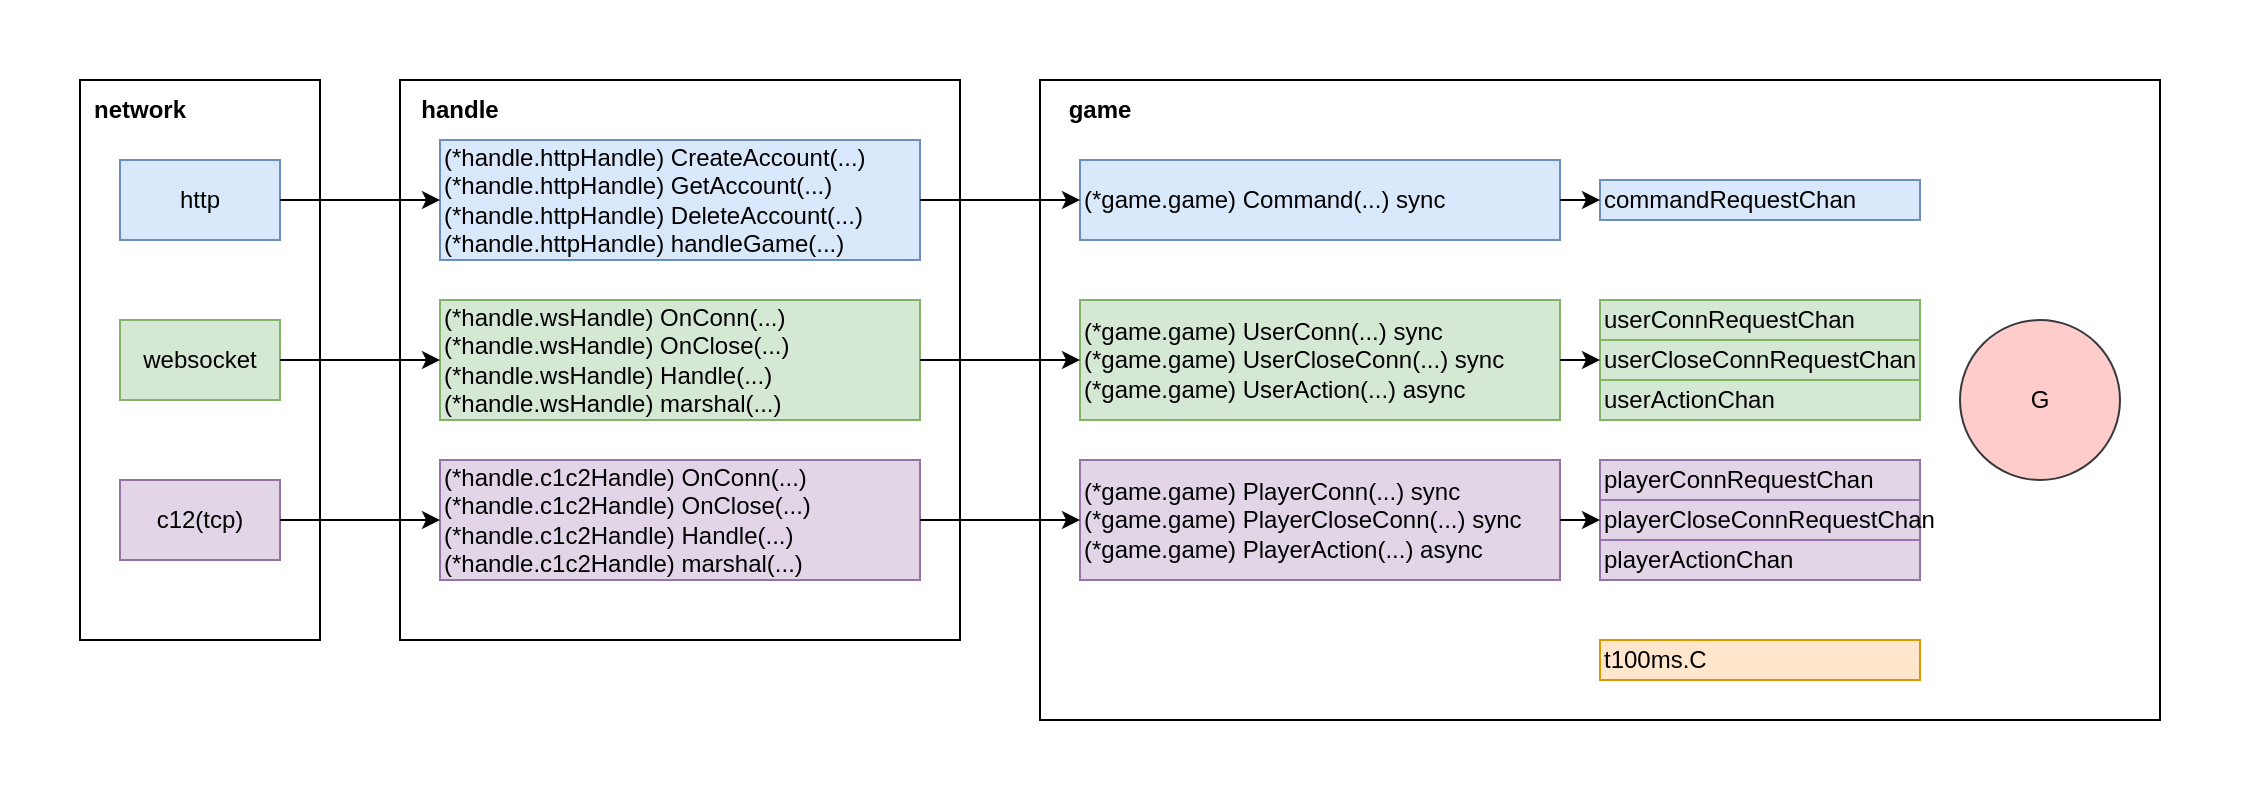
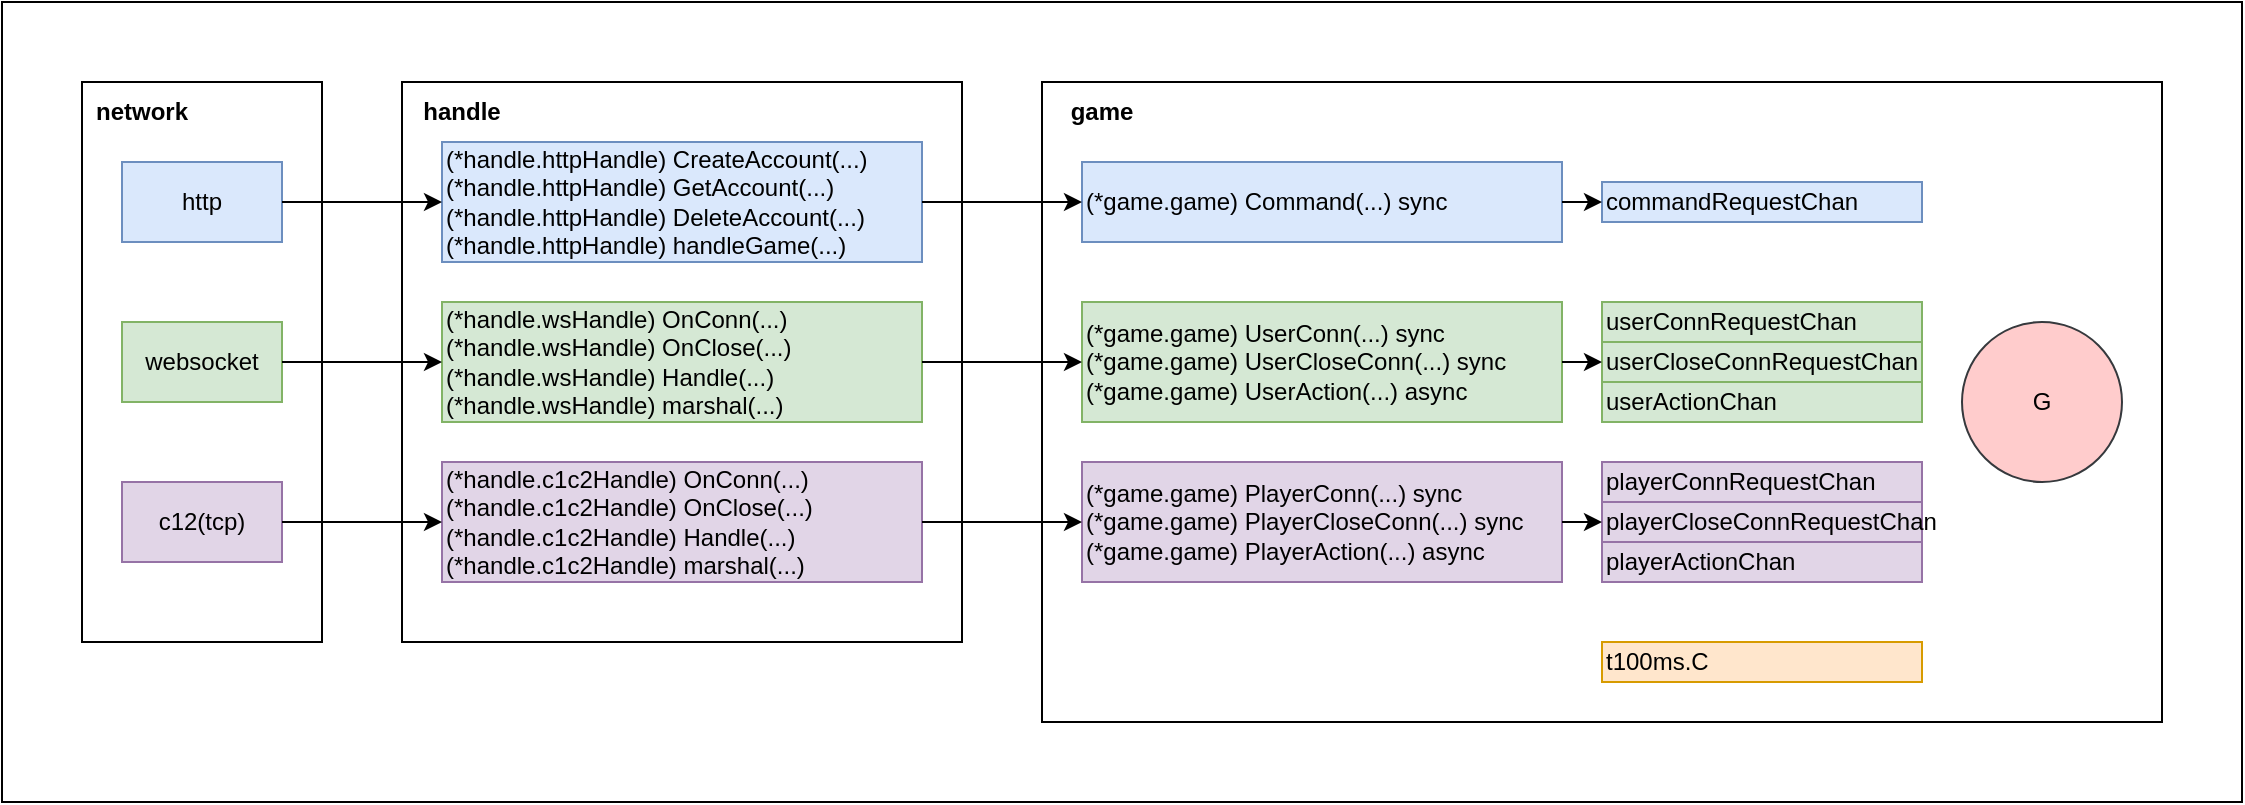
<mxfile host="app.diagrams.net" agent="Mozilla/5.0 (X11; Linux x86_64) AppleWebKit/537.36 (KHTML, like Gecko) Chrome/114.0.0.0 Safari/537.36">
  <diagram name="Page-1" id="6jKJ9kW5HnMQktypH7YM">
-     <mxGraphModel dx="1755" dy="789" grid="1" gridSize="10" guides="1" tooltips="1" connect="1" arrows="1" fold="1" page="1" pageScale="1" pageWidth="1169" pageHeight="827" math="0" shadow="0">
+     <mxGraphModel dx="1168" dy="746" grid="1" gridSize="10" guides="1" tooltips="1" connect="1" arrows="1" fold="1" page="1" pageScale="1" pageWidth="1169" pageHeight="827" math="0" shadow="0">
      <root>
        <mxCell id="0" />
        <mxCell id="1" parent="0" />
-         <mxCell id="1GFjHBw0EiZksIkDQrPH-2" parent="1" style="rounded=0;whiteSpace=wrap;html=1;strokeColor=none;" value="" vertex="1">
+         <mxCell id="1GFjHBw0EiZksIkDQrPH-2" parent="1" style="rounded=0;whiteSpace=wrap;html=1;fillColor=none;" value="" vertex="1">
          <mxGeometry height="400" width="1120" x="25" y="190" as="geometry" />
        </mxCell>
        <mxCell id="1GFjHBw0EiZksIkDQrPH-3" parent="1" style="rounded=0;whiteSpace=wrap;html=1;" value="" vertex="1">
          <mxGeometry height="320" width="560" x="545" y="230" as="geometry" />
        </mxCell>
        <mxCell id="1GFjHBw0EiZksIkDQrPH-4" parent="1" style="rounded=0;whiteSpace=wrap;html=1;" value="" vertex="1">
          <mxGeometry height="280" width="280" x="225" y="230" as="geometry" />
        </mxCell>
        <mxCell id="1GFjHBw0EiZksIkDQrPH-5" parent="1" style="rounded=0;whiteSpace=wrap;html=1;" value="" vertex="1">
          <mxGeometry height="280" width="120" x="65" y="230" as="geometry" />
        </mxCell>
        <mxCell id="1GFjHBw0EiZksIkDQrPH-6" parent="1" style="rounded=0;whiteSpace=wrap;html=1;fillColor=#dae8fc;strokeColor=#6c8ebf;" value="http" vertex="1">
          <mxGeometry height="40" width="80" x="85" y="270" as="geometry" />
        </mxCell>
        <mxCell id="1GFjHBw0EiZksIkDQrPH-7" parent="1" style="rounded=0;whiteSpace=wrap;html=1;fillColor=#d5e8d4;strokeColor=#82b366;" value="websocket" vertex="1">
          <mxGeometry height="40" width="80" x="85" y="350" as="geometry" />
        </mxCell>
        <mxCell id="1GFjHBw0EiZksIkDQrPH-8" parent="1" style="rounded=0;whiteSpace=wrap;html=1;fillColor=#e1d5e7;strokeColor=#9673a6;" value="c12(tcp)" vertex="1">
          <mxGeometry height="40" width="80" x="85" y="430" as="geometry" />
        </mxCell>
        <mxCell id="1GFjHBw0EiZksIkDQrPH-9" parent="1" style="rounded=0;whiteSpace=wrap;html=1;align=left;fillColor=#dae8fc;strokeColor=#6c8ebf;" value="(*handle.httpHandle) CreateAccount(...)&lt;div&gt;(*handle.httpHandle) GetAccount(...)&lt;/div&gt;&lt;div&gt;(*handle.httpHandle) DeleteAccount(...)&lt;/div&gt;&lt;div&gt;(*handle.httpHandle) handleGame(...)&lt;/div&gt;" vertex="1">
          <mxGeometry height="60" width="240" x="245" y="260" as="geometry" />
        </mxCell>
        <mxCell id="1GFjHBw0EiZksIkDQrPH-10" parent="1" style="rounded=0;whiteSpace=wrap;html=1;align=left;fillColor=#d5e8d4;strokeColor=#82b366;" value="&lt;div&gt;(*handle.wsHandle) OnConn(...)&lt;/div&gt;&lt;div&gt;(*handle.wsHandle) OnClose(...)&lt;/div&gt;&lt;div&gt;(*handle.wsHandle) Handle(...)&lt;/div&gt;&lt;div&gt;(*handle.wsHandle) marshal(...)&lt;/div&gt;" vertex="1">
          <mxGeometry height="60" width="240" x="245" y="340" as="geometry" />
        </mxCell>
        <mxCell id="1GFjHBw0EiZksIkDQrPH-11" parent="1" style="rounded=0;whiteSpace=wrap;html=1;align=left;fillColor=#e1d5e7;strokeColor=#9673a6;" value="&lt;div&gt;(*handle.c1c2Handle) OnConn(...)&lt;/div&gt;&lt;div&gt;&lt;div&gt;(*handle.c1c2Handle) OnClose(...)&lt;/div&gt;&lt;/div&gt;&lt;div&gt;(*handle.c1c2Handle) Handle(...)&lt;/div&gt;&lt;div&gt;&lt;div&gt;&lt;span style=&quot;background-color: transparent; color: light-dark(rgb(0, 0, 0), rgb(255, 255, 255));&quot;&gt;(*handle.c1c2Handle) marshal(...)&lt;/span&gt;&lt;/div&gt;&lt;/div&gt;" vertex="1">
          <mxGeometry height="60" width="240" x="245" y="420" as="geometry" />
        </mxCell>
        <mxCell id="1GFjHBw0EiZksIkDQrPH-12" parent="1" style="text;html=1;whiteSpace=wrap;strokeColor=none;fillColor=none;align=center;verticalAlign=middle;rounded=0;fontStyle=1" value="network" vertex="1">
          <mxGeometry height="30" width="60" x="65" y="230" as="geometry" />
        </mxCell>
        <mxCell id="1GFjHBw0EiZksIkDQrPH-13" parent="1" style="text;html=1;whiteSpace=wrap;strokeColor=none;fillColor=none;align=center;verticalAlign=middle;rounded=0;fontStyle=1" value="handle" vertex="1">
          <mxGeometry height="30" width="60" x="225" y="230" as="geometry" />
        </mxCell>
        <mxCell id="1GFjHBw0EiZksIkDQrPH-14" parent="1" style="rounded=0;whiteSpace=wrap;html=1;align=left;fillColor=#dae8fc;strokeColor=#6c8ebf;" value="(*game.game) Command(...) sync" vertex="1">
          <mxGeometry height="40" width="240" x="565" y="270" as="geometry" />
        </mxCell>
        <mxCell id="1GFjHBw0EiZksIkDQrPH-15" parent="1" style="rounded=0;whiteSpace=wrap;html=1;align=left;fillColor=#d5e8d4;strokeColor=#82b366;" value="(*game.game) UserConn(...) sync&lt;div&gt;(*game.game) UserCloseConn(...) sync&lt;/div&gt;&lt;div&gt;(*game.game) UserAction(...) async&lt;/div&gt;" vertex="1">
          <mxGeometry height="60" width="240" x="565" y="340" as="geometry" />
        </mxCell>
        <mxCell id="1GFjHBw0EiZksIkDQrPH-16" parent="1" style="rounded=0;whiteSpace=wrap;html=1;align=left;fillColor=#e1d5e7;strokeColor=#9673a6;" value="(*game.game) PlayerConn(...) sync&lt;div&gt;(*game.game) PlayerCloseConn(...) sync&lt;/div&gt;&lt;div&gt;(*game.game) PlayerAction(...) async&lt;/div&gt;" vertex="1">
          <mxGeometry height="60" width="240" x="565" y="420" as="geometry" />
        </mxCell>
        <mxCell id="1GFjHBw0EiZksIkDQrPH-17" parent="1" style="text;html=1;whiteSpace=wrap;strokeColor=none;fillColor=none;align=center;verticalAlign=middle;rounded=0;fontStyle=1" value="game" vertex="1">
          <mxGeometry height="30" width="60" x="545" y="230" as="geometry" />
        </mxCell>
        <mxCell id="1GFjHBw0EiZksIkDQrPH-18" parent="1" style="rounded=0;whiteSpace=wrap;html=1;align=left;fillColor=#dae8fc;strokeColor=#6c8ebf;" value="commandRequestChan" vertex="1">
          <mxGeometry height="20" width="160" x="825" y="280" as="geometry" />
        </mxCell>
        <mxCell id="1GFjHBw0EiZksIkDQrPH-19" parent="1" style="rounded=0;whiteSpace=wrap;html=1;align=left;fillColor=#d5e8d4;strokeColor=#82b366;" value="userConnRequestChan" vertex="1">
          <mxGeometry height="20" width="160" x="825" y="340" as="geometry" />
        </mxCell>
        <mxCell id="1GFjHBw0EiZksIkDQrPH-20" parent="1" style="rounded=0;whiteSpace=wrap;html=1;align=left;fillColor=#d5e8d4;strokeColor=#82b366;" value="userCloseConnRequestChan" vertex="1">
          <mxGeometry height="20" width="160" x="825" y="360" as="geometry" />
        </mxCell>
        <mxCell id="1GFjHBw0EiZksIkDQrPH-21" parent="1" style="rounded=0;whiteSpace=wrap;html=1;align=left;fillColor=#d5e8d4;strokeColor=#82b366;" value="userActionChan" vertex="1">
          <mxGeometry height="20" width="160" x="825" y="380" as="geometry" />
        </mxCell>
        <mxCell id="1GFjHBw0EiZksIkDQrPH-22" parent="1" style="rounded=0;whiteSpace=wrap;html=1;align=left;fillColor=#e1d5e7;strokeColor=#9673a6;" value="playerConnRequestChan" vertex="1">
          <mxGeometry height="20" width="160" x="825" y="420" as="geometry" />
        </mxCell>
        <mxCell id="1GFjHBw0EiZksIkDQrPH-23" parent="1" style="rounded=0;whiteSpace=wrap;html=1;align=left;fillColor=#e1d5e7;strokeColor=#9673a6;" value="playerCloseConnRequestChan" vertex="1">
          <mxGeometry height="20" width="160" x="825" y="440" as="geometry" />
        </mxCell>
        <mxCell id="1GFjHBw0EiZksIkDQrPH-24" parent="1" style="rounded=0;whiteSpace=wrap;html=1;align=left;fillColor=#e1d5e7;strokeColor=#9673a6;" value="playerActionChan" vertex="1">
          <mxGeometry height="20" width="160" x="825" y="460" as="geometry" />
        </mxCell>
        <mxCell id="1GFjHBw0EiZksIkDQrPH-25" parent="1" style="rounded=0;whiteSpace=wrap;html=1;align=left;fillColor=#ffe6cc;strokeColor=#d79b00;" value="t100ms.C" vertex="1">
          <mxGeometry height="20" width="160" x="825" y="510" as="geometry" />
        </mxCell>
        <mxCell id="1GFjHBw0EiZksIkDQrPH-26" parent="1" style="ellipse;whiteSpace=wrap;html=1;aspect=fixed;fillColor=#ffcccc;strokeColor=#36393d;" value="G" vertex="1">
          <mxGeometry height="80" width="80" x="1005" y="350" as="geometry" />
        </mxCell>
        <mxCell id="1GFjHBw0EiZksIkDQrPH-27" edge="1" parent="1" source="1GFjHBw0EiZksIkDQrPH-6" style="endArrow=classic;html=1;rounded=0;exitX=1;exitY=0.5;exitDx=0;exitDy=0;entryX=0;entryY=0.5;entryDx=0;entryDy=0;" target="1GFjHBw0EiZksIkDQrPH-9" value="">
          <mxGeometry height="50" relative="1" width="50" as="geometry">
            <mxPoint x="405" y="410" as="sourcePoint" />
            <mxPoint x="455" y="360" as="targetPoint" />
          </mxGeometry>
        </mxCell>
        <mxCell id="1GFjHBw0EiZksIkDQrPH-28" edge="1" parent="1" source="1GFjHBw0EiZksIkDQrPH-9" style="endArrow=classic;html=1;rounded=0;exitX=1;exitY=0.5;exitDx=0;exitDy=0;" target="1GFjHBw0EiZksIkDQrPH-14" value="">
          <mxGeometry height="50" relative="1" width="50" as="geometry">
            <mxPoint x="515" y="410" as="sourcePoint" />
            <mxPoint x="565" y="360" as="targetPoint" />
          </mxGeometry>
        </mxCell>
        <mxCell id="1GFjHBw0EiZksIkDQrPH-29" edge="1" parent="1" source="1GFjHBw0EiZksIkDQrPH-14" style="endArrow=classic;html=1;rounded=0;entryX=0;entryY=0.5;entryDx=0;entryDy=0;exitX=1;exitY=0.5;exitDx=0;exitDy=0;" target="1GFjHBw0EiZksIkDQrPH-18" value="">
          <mxGeometry height="50" relative="1" width="50" as="geometry">
            <mxPoint x="625" y="460" as="sourcePoint" />
            <mxPoint x="675" y="410" as="targetPoint" />
          </mxGeometry>
        </mxCell>
        <mxCell id="1GFjHBw0EiZksIkDQrPH-30" edge="1" parent="1" source="1GFjHBw0EiZksIkDQrPH-7" style="endArrow=classic;html=1;rounded=0;exitX=1;exitY=0.5;exitDx=0;exitDy=0;entryX=0;entryY=0.5;entryDx=0;entryDy=0;" target="1GFjHBw0EiZksIkDQrPH-10" value="">
          <mxGeometry height="50" relative="1" width="50" as="geometry">
            <mxPoint x="335" y="410" as="sourcePoint" />
            <mxPoint x="385" y="360" as="targetPoint" />
          </mxGeometry>
        </mxCell>
        <mxCell id="1GFjHBw0EiZksIkDQrPH-31" edge="1" parent="1" source="1GFjHBw0EiZksIkDQrPH-10" style="endArrow=classic;html=1;rounded=0;exitX=1;exitY=0.5;exitDx=0;exitDy=0;entryX=0;entryY=0.5;entryDx=0;entryDy=0;" target="1GFjHBw0EiZksIkDQrPH-15" value="">
          <mxGeometry height="50" relative="1" width="50" as="geometry">
            <mxPoint x="585" y="410" as="sourcePoint" />
            <mxPoint x="635" y="360" as="targetPoint" />
          </mxGeometry>
        </mxCell>
        <mxCell id="1GFjHBw0EiZksIkDQrPH-32" edge="1" parent="1" source="1GFjHBw0EiZksIkDQrPH-15" style="endArrow=classic;html=1;rounded=0;entryX=0;entryY=0.5;entryDx=0;entryDy=0;exitX=1;exitY=0.5;exitDx=0;exitDy=0;" target="1GFjHBw0EiZksIkDQrPH-20" value="">
          <mxGeometry height="50" relative="1" width="50" as="geometry">
            <mxPoint x="585" y="410" as="sourcePoint" />
            <mxPoint x="635" y="360" as="targetPoint" />
          </mxGeometry>
        </mxCell>
        <mxCell id="1GFjHBw0EiZksIkDQrPH-33" edge="1" parent="1" source="1GFjHBw0EiZksIkDQrPH-8" style="endArrow=classic;html=1;rounded=0;exitX=1;exitY=0.5;exitDx=0;exitDy=0;entryX=0;entryY=0.5;entryDx=0;entryDy=0;" target="1GFjHBw0EiZksIkDQrPH-11" value="">
          <mxGeometry height="50" relative="1" width="50" as="geometry">
            <mxPoint x="465" y="400" as="sourcePoint" />
            <mxPoint x="515" y="350" as="targetPoint" />
          </mxGeometry>
        </mxCell>
        <mxCell id="1GFjHBw0EiZksIkDQrPH-34" edge="1" parent="1" source="1GFjHBw0EiZksIkDQrPH-11" style="endArrow=classic;html=1;rounded=0;entryX=0;entryY=0.5;entryDx=0;entryDy=0;exitX=1;exitY=0.5;exitDx=0;exitDy=0;" target="1GFjHBw0EiZksIkDQrPH-16" value="">
          <mxGeometry height="50" relative="1" width="50" as="geometry">
            <mxPoint x="535" y="400" as="sourcePoint" />
            <mxPoint x="585" y="350" as="targetPoint" />
          </mxGeometry>
        </mxCell>
        <mxCell id="1GFjHBw0EiZksIkDQrPH-35" edge="1" parent="1" source="1GFjHBw0EiZksIkDQrPH-16" style="endArrow=classic;html=1;rounded=0;entryX=0;entryY=0.5;entryDx=0;entryDy=0;exitX=1;exitY=0.5;exitDx=0;exitDy=0;" target="1GFjHBw0EiZksIkDQrPH-23" value="">
          <mxGeometry height="50" relative="1" width="50" as="geometry">
            <mxPoint x="725" y="400" as="sourcePoint" />
            <mxPoint x="775" y="350" as="targetPoint" />
          </mxGeometry>
        </mxCell>
      </root>
    </mxGraphModel>
  </diagram>
</mxfile>
